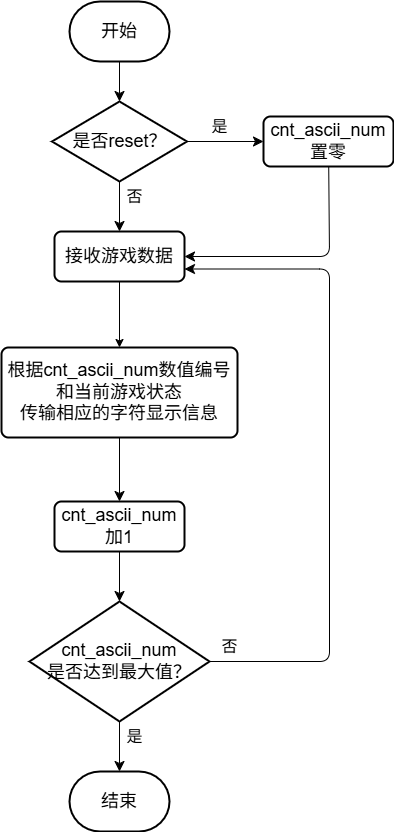
Earlier version of the draw.io export show_game_1.png (maple-m117/bysj_etc.). Source tidied: cells renumbered, new cells last; positions are measured from the earlier drawing's top-left corner, leaving out a move shared by most shapes.
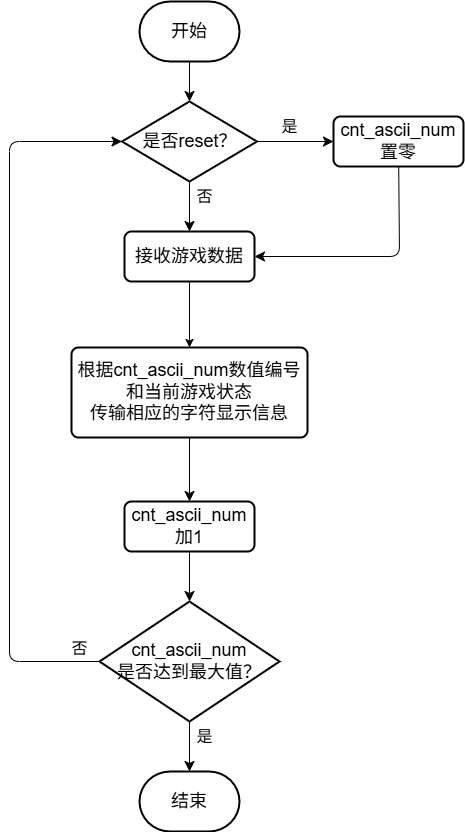
Later version of the same file.

What changed in the source:
```diff
@@ -20,11 +20,11 @@
     <mxCell id="7" style="edgeStyle=none;curved=1;rounded=1;jettySize=auto;html=1;fontSize=12;startSize=8;endSize=8;labelBackgroundColor=none;fontColor=default;exitX=0.5;exitY=1;exitDx=0;exitDy=0;" parent="1" edge="1" source="6" target="10">
       <mxGeometry relative="1" as="geometry" />
     </mxCell>
-    <mxCell id="8" style="edgeStyle=orthogonalEdgeStyle;rounded=1;jettySize=auto;html=1;fontSize=12;startSize=8;endSize=8;entryX=1;entryY=0.75;entryDx=0;entryDy=0;exitX=1;exitY=0.5;exitDx=0;exitDy=0;exitPerimeter=0;" parent="1" edge="1" source="20" target="5">
+    <mxCell id="8" style="edgeStyle=orthogonalEdgeStyle;rounded=1;jettySize=auto;html=1;fontSize=12;startSize=8;endSize=8;entryX=0;entryY=0.5;entryDx=0;entryDy=0;exitX=0;exitY=0.5;exitDx=0;exitDy=0;exitPerimeter=0;entryPerimeter=0;" parent="1" edge="1" source="20" target="14">
       <mxGeometry relative="1" as="geometry">
         <Array as="points">
-          <mxPoint x="328" y="660" />
-          <mxPoint x="328" y="267" />
+          <mxPoint x="-62" y="660" />
+          <mxPoint x="-62" y="140" />
         </Array>
       </mxGeometry>
     </mxCell>
@@ -72,7 +72,7 @@
       <mxGeometry x="113" y="720" width="40" height="30" as="geometry" />
     </mxCell>
     <mxCell id="22" value="否" style="text;html=1;align=center;verticalAlign=middle;strokeColor=none;fillColor=none;fontSize=16;" parent="1" vertex="1">
-      <mxGeometry x="208" y="630" width="40" height="30" as="geometry" />
+      <mxGeometry x="-12" y="632" width="40" height="30" as="geometry" />
     </mxCell>
   </root>
 </mxGraphModel>
```
